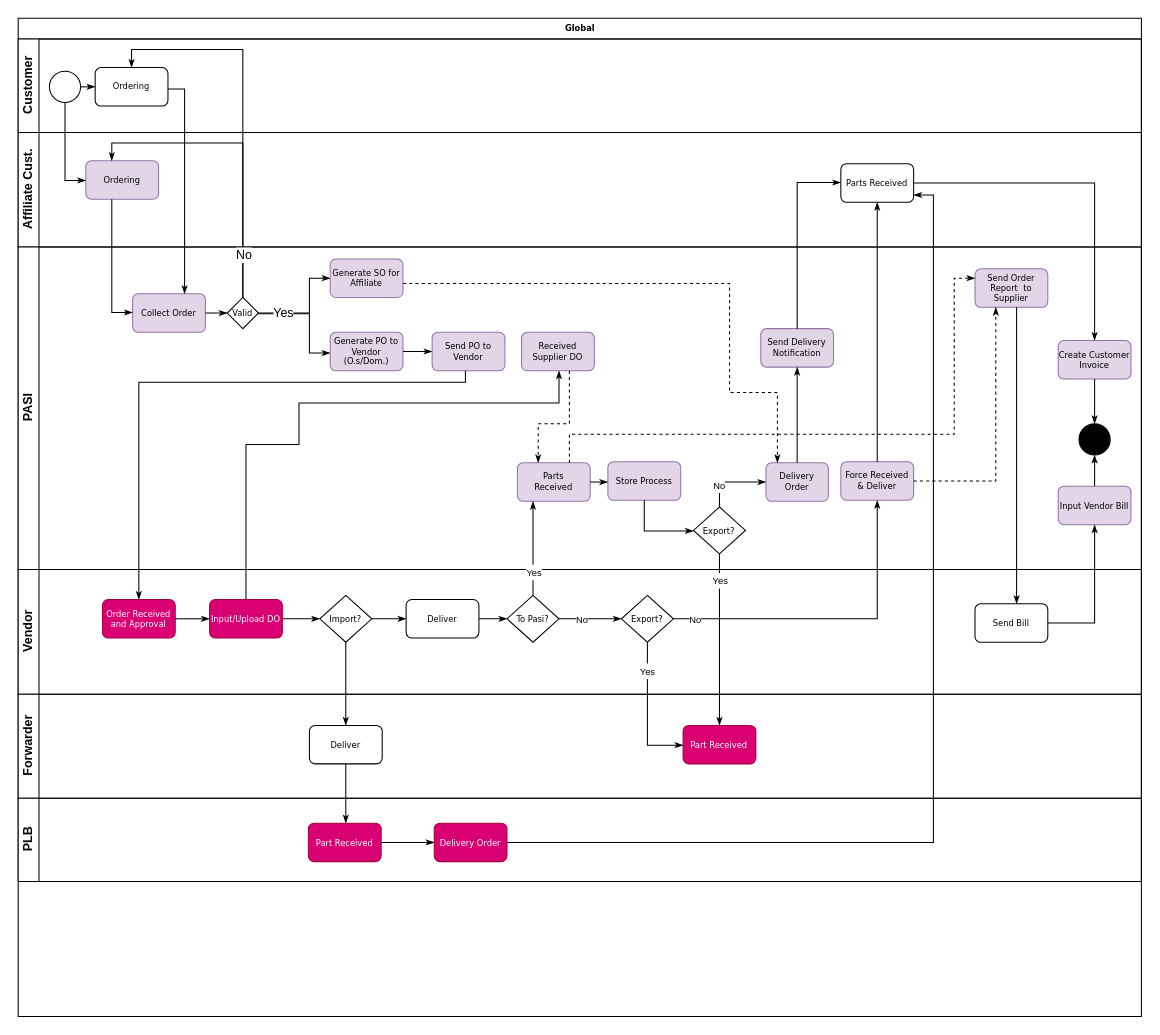
This is page "0. Global" (1 of 8) of PASI - PPS.drawio from hendrasaputra0501/pasi-bpa, a draw.io file, before an edit. Source tidied: cells renumbered, new cells numbered last; positions are measured from the earlier drawing's top-left corner, leaving out a move shared by most shapes. Both pictures are drawn from the tidied source at 104%, with x=0, y=0 at pixel (18, 18).
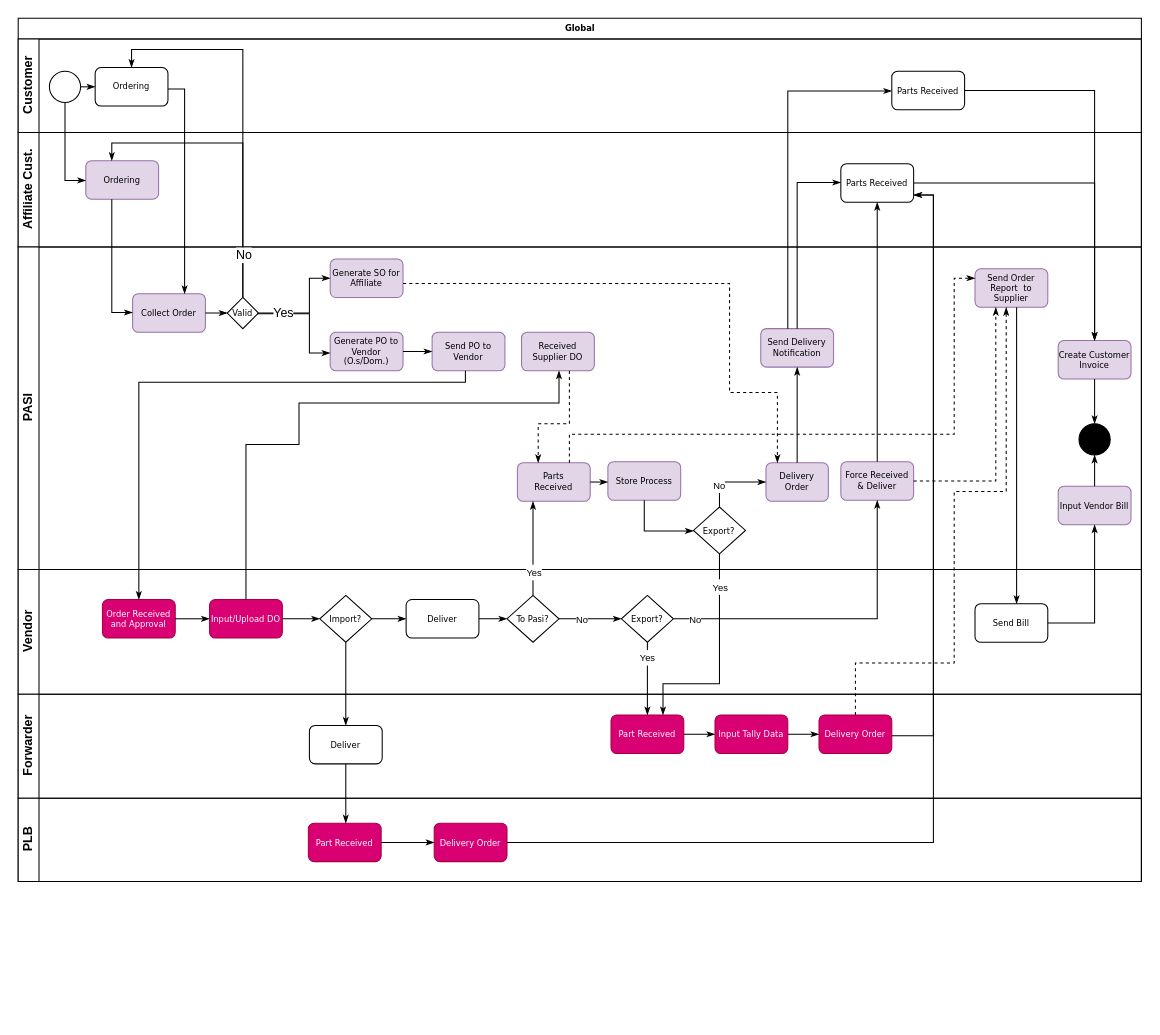
The same page after the edit.

Unchanged cells that the change refers to:
```xml
<mxCell id="3" value="&lt;div&gt;Customer&lt;/div&gt;" style="swimlane;html=1;startSize=20;horizontal=0;" parent="2" vertex="1">
  <mxGeometry y="20" width="1080" height="90" as="geometry" />
</mxCell>
<mxCell id="9" value="Parts Received" style="rounded=1;whiteSpace=wrap;html=1;shadow=0;labelBackgroundColor=none;strokeWidth=1;fontFamily=Verdana;fontSize=8;align=center;" parent="7" vertex="1">
  <mxGeometry x="791" y="30" width="70" height="37" as="geometry" />
</mxCell>
<mxCell id="21" value="Send Order Report&amp;nbsp; to Supplier" style="rounded=1;whiteSpace=wrap;html=1;shadow=0;labelBackgroundColor=none;strokeWidth=1;fontFamily=Verdana;fontSize=8;align=center;fillColor=#e1d5e7;strokeColor=#9673a6;" parent="10" vertex="1">
  <mxGeometry x="920" y="21" width="70" height="37" as="geometry" />
</mxCell>
<mxCell id="23" value="Send Delivery Notification" style="rounded=1;whiteSpace=wrap;html=1;shadow=0;labelBackgroundColor=none;strokeWidth=1;fontFamily=Verdana;fontSize=8;align=center;fillColor=#e1d5e7;strokeColor=#9673a6;" parent="10" vertex="1">
  <mxGeometry x="714" y="78.5" width="70" height="37" as="geometry" />
</mxCell>
<mxCell id="36" value="Create Customer Invoice" style="rounded=1;whiteSpace=wrap;html=1;shadow=0;labelBackgroundColor=none;strokeWidth=1;fontFamily=Verdana;fontSize=8;align=center;fillColor=#e1d5e7;strokeColor=#9673a6;" parent="10" vertex="1">
  <mxGeometry x="1000" y="90" width="70" height="37" as="geometry" />
</mxCell>
<mxCell id="39" value="Export?" style="strokeWidth=1;html=1;shape=mxgraph.flowchart.decision;whiteSpace=wrap;rounded=1;shadow=0;labelBackgroundColor=none;fontFamily=Verdana;fontSize=8;align=center;" parent="10" vertex="1">
  <mxGeometry x="649.3" y="250" width="50" height="45" as="geometry" />
</mxCell>
<mxCell id="72" value="Forwarder" style="swimlane;html=1;startSize=20;horizontal=0;" parent="2" vertex="1">
  <mxGeometry y="650" width="1080" height="100" as="geometry" />
</mxCell>
```

Diff of the diagram source:
```diff
@@
     <mxCell id="2" value="Global" style="swimlane;html=1;horizontal=1;startSize=20;rounded=0;shadow=0;labelBackgroundColor=none;strokeWidth=1;fontFamily=Verdana;fontSize=8;align=center;" parent="1" vertex="1">
-      <mxGeometry width="1080" height="960" as="geometry" />
+      <mxGeometry width="1080" height="830" as="geometry" />
     </mxCell>
@@
+    <mxCell id="88" value="Parts Received" style="rounded=1;whiteSpace=wrap;html=1;shadow=0;labelBackgroundColor=none;strokeWidth=1;fontFamily=Verdana;fontSize=8;align=center;" parent="3" vertex="1">
+      <mxGeometry x="840" y="31" width="70" height="37" as="geometry" />
+    </mxCell>
@@
     <mxCell id="74" value="Part Received" style="rounded=1;whiteSpace=wrap;html=1;shadow=0;labelBackgroundColor=none;strokeWidth=1;fontFamily=Verdana;fontSize=8;align=center;strokeColor=#A50040;verticalAlign=middle;fontColor=#ffffff;fillColor=#d80073;" parent="72" vertex="1">
-      <mxGeometry x="639.3" y="30" width="70" height="37" as="geometry" />
+      <mxGeometry x="570" y="20" width="70" height="37" as="geometry" />
     </mxCell>
+    <mxCell id="89" value="Input Tally Data" style="rounded=1;whiteSpace=wrap;html=1;shadow=0;labelBackgroundColor=none;strokeWidth=1;fontFamily=Verdana;fontSize=8;align=center;strokeColor=#A50040;verticalAlign=middle;fontColor=#ffffff;fillColor=#d80073;" parent="72" vertex="1">
+      <mxGeometry x="670" y="20" width="70" height="37" as="geometry" />
+    </mxCell>
+    <mxCell id="90" value="Delivery Order" style="rounded=1;whiteSpace=wrap;html=1;shadow=0;labelBackgroundColor=none;strokeWidth=1;fontFamily=Verdana;fontSize=8;align=center;strokeColor=#A50040;verticalAlign=middle;fontColor=#ffffff;fillColor=#d80073;" parent="72" vertex="1">
+      <mxGeometry x="770" y="20" width="70" height="37" as="geometry" />
+    </mxCell>
+    <mxCell id="91" style="edgeStyle=orthogonalEdgeStyle;rounded=0;html=1;labelBackgroundColor=none;startArrow=none;startFill=0;startSize=5;endArrow=classicThin;endFill=1;endSize=5;jettySize=auto;strokeWidth=1;fontFamily=Verdana;fontSize=8;" parent="72" edge="1" source="74" target="89">
+      <mxGeometry relative="1" as="geometry" />
+    </mxCell>
+    <mxCell id="92" style="edgeStyle=orthogonalEdgeStyle;rounded=0;html=1;labelBackgroundColor=none;startArrow=none;startFill=0;startSize=5;endArrow=classicThin;endFill=1;endSize=5;jettySize=auto;strokeWidth=1;fontFamily=Verdana;fontSize=8;" parent="72" edge="1" source="89" target="90">
+      <mxGeometry relative="1" as="geometry" />
+    </mxCell>
@@
     <mxCell id="82" style="edgeStyle=orthogonalEdgeStyle;rounded=0;html=1;labelBackgroundColor=none;startArrow=none;startFill=0;startSize=5;endArrow=classicThin;endFill=1;endSize=5;jettySize=auto;strokeWidth=1;fontFamily=Verdana;fontSize=8;" parent="2" edge="1" source="39" target="74">
-      <mxGeometry relative="1" as="geometry" />
+      <mxGeometry relative="1" as="geometry">
+        <Array as="points">
+          <mxPoint x="674" y="640" />
+          <mxPoint x="620" y="640" />
+        </Array>
+      </mxGeometry>
     </mxCell>
@@
+    <mxCell id="93" style="edgeStyle=orthogonalEdgeStyle;rounded=0;html=1;labelBackgroundColor=none;startArrow=none;startFill=0;startSize=5;endArrow=classicThin;endFill=1;endSize=5;jettySize=auto;strokeWidth=1;fontFamily=Verdana;fontSize=8;" parent="2" edge="1" source="23" target="88">
+      <mxGeometry relative="1" as="geometry">
+        <Array as="points">
+          <mxPoint x="740" y="70" />
+        </Array>
+      </mxGeometry>
+    </mxCell>
+    <mxCell id="94" style="edgeStyle=orthogonalEdgeStyle;rounded=0;html=1;labelBackgroundColor=none;startArrow=none;startFill=0;startSize=5;endArrow=classicThin;endFill=1;endSize=5;jettySize=auto;strokeWidth=1;fontFamily=Verdana;fontSize=8;dashed=1;" parent="2" edge="1" source="90" target="21">
+      <mxGeometry relative="1" as="geometry">
+        <Array as="points">
+          <mxPoint x="805" y="620" />
+          <mxPoint x="900" y="620" />
+          <mxPoint x="900" y="455" />
+          <mxPoint x="950" y="455" />
+        </Array>
+      </mxGeometry>
+    </mxCell>
+    <mxCell id="95" style="edgeStyle=orthogonalEdgeStyle;rounded=0;html=1;labelBackgroundColor=none;startArrow=none;startFill=0;startSize=5;endArrow=classicThin;endFill=1;endSize=5;jettySize=auto;strokeWidth=1;fontFamily=Verdana;fontSize=8;" parent="2" edge="1" source="90" target="9">
+      <mxGeometry relative="1" as="geometry">
+        <Array as="points">
+          <mxPoint x="880" y="690" />
+          <mxPoint x="880" y="170" />
+        </Array>
+      </mxGeometry>
+    </mxCell>
+    <mxCell id="96" style="edgeStyle=orthogonalEdgeStyle;rounded=0;html=1;labelBackgroundColor=none;startArrow=none;startFill=0;startSize=5;endArrow=classicThin;endFill=1;endSize=5;jettySize=auto;strokeWidth=1;fontFamily=Verdana;fontSize=8;" parent="2" edge="1" source="88" target="36">
+      <mxGeometry relative="1" as="geometry">
+        <Array as="points">
+          <mxPoint x="1035" y="70" />
+        </Array>
+      </mxGeometry>
+    </mxCell>
```
